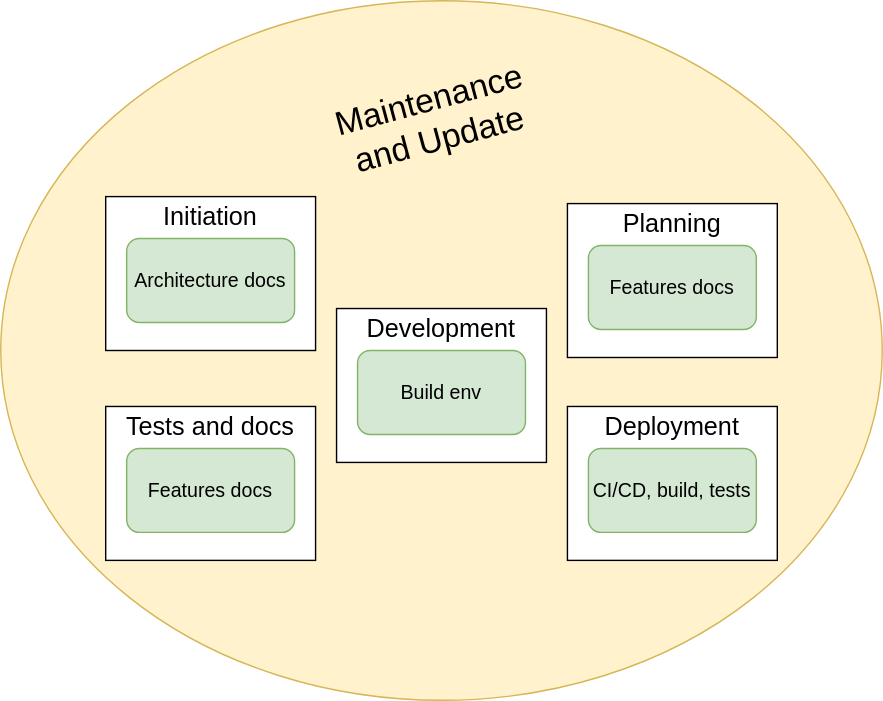
Before: img/compo-life.svg, a diagram exported from draw.io (3mdeb/conferences). Source tidied: cells renumbered, new cells last; positions are measured from the earlier drawing's top-left corner, leaving out a move shared by most shapes.
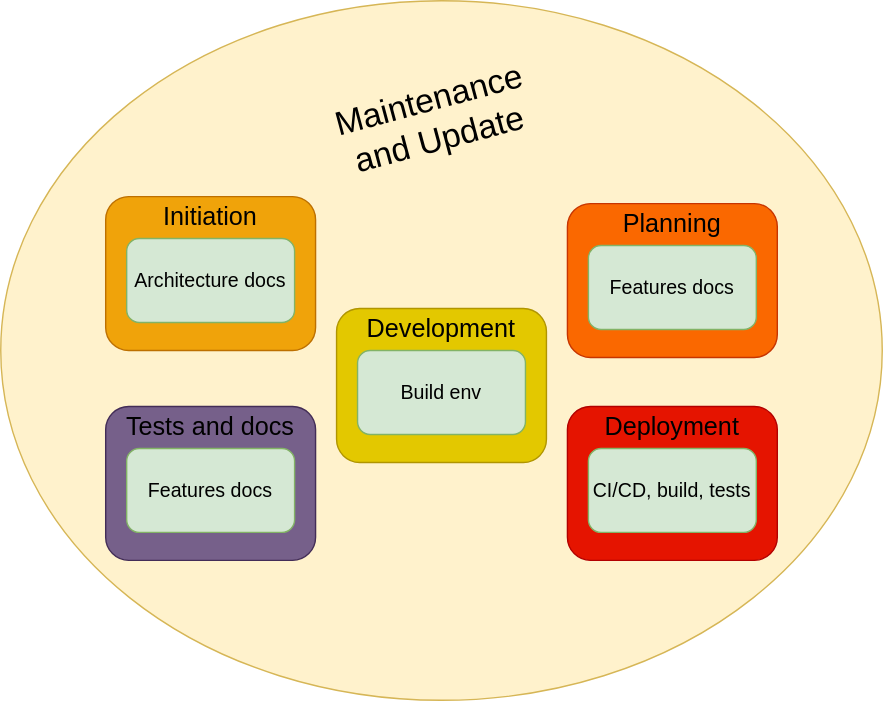
Later version of the same file.

Commit message:
yocto-update-strategies: apply review for slide 7

The edit, as a diff of the source:
```diff
@@ -2,56 +2,56 @@
   <root>
     <mxCell id="0" />
     <mxCell id="1" parent="0" />
-    <mxCell id="2" style="ellipse;whiteSpace=wrap;html=1;fillColor=#fff2cc;strokeColor=#d6b656;" parent="1" vertex="1">
-      <mxGeometry width="630" height="500" as="geometry" />
-    </mxCell>
+    <mxCell id="19" style="ellipse;whiteSpace=wrap;html=1;fillColor=#fff2cc;strokeColor=#d6b656;" parent="1" vertex="1">
+      <mxGeometry width="630" height="500" as="geometry" />
+    </mxCell>
     <mxCell id="3" value="&lt;div&gt;&lt;font style=&quot;font-size: 24px;&quot;&gt;Maintenance and Update&lt;/font&gt;&lt;/div&gt;" style="text;html=1;strokeColor=none;fillColor=none;align=center;verticalAlign=middle;whiteSpace=wrap;rounded=0;rotation=-15;" parent="1" vertex="1">
       <mxGeometry x="220" y="70" width="180" height="30" as="geometry" />
     </mxCell>
-    <mxCell id="4" style="rounded=0;whiteSpace=wrap;html=1;" parent="1" vertex="1">
-      <mxGeometry x="405" y="145" width="150" height="110" as="geometry" />
-    </mxCell>
+    <mxCell id="20" style="rounded=1;whiteSpace=wrap;html=1;fillColor=#fa6800;fontColor=#000000;strokeColor=#C73500;" parent="1" vertex="1">
+      <mxGeometry x="405" y="145" width="150" height="110" as="geometry" />
+    </mxCell>
     <mxCell id="5" value="&lt;font style=&quot;font-size: 18px;&quot;&gt;Planning&lt;/font&gt;" style="text;html=1;strokeColor=none;fillColor=none;align=center;verticalAlign=middle;whiteSpace=wrap;rounded=0;" parent="1" vertex="1">
       <mxGeometry x="450" y="145" width="60" height="30" as="geometry" />
     </mxCell>
-    <mxCell id="6" value="&lt;font style=&quot;font-size: 14px;&quot;&gt;Features docs&lt;br&gt;&lt;/font&gt;" style="rounded=1;whiteSpace=wrap;html=1;fillColor=#d5e8d4;strokeColor=#82b366;" parent="1" vertex="1">
-      <mxGeometry x="420" y="175" width="120" height="60" as="geometry" />
-    </mxCell>
-    <mxCell id="7" style="rounded=0;whiteSpace=wrap;html=1;" parent="1" vertex="1">
-      <mxGeometry x="240" y="220" width="150" height="110" as="geometry" />
-    </mxCell>
+    <mxCell id="21" value="&lt;font style=&quot;font-size: 14px;&quot;&gt;Features docs&lt;br&gt;&lt;/font&gt;" style="rounded=1;whiteSpace=wrap;html=1;fillColor=#d5e8d4;strokeColor=#82b366;" parent="1" vertex="1">
+      <mxGeometry x="420" y="175" width="120" height="60" as="geometry" />
+    </mxCell>
+    <mxCell id="22" style="rounded=1;whiteSpace=wrap;html=1;fillColor=#e3c800;fontColor=#000000;strokeColor=#B09500;" parent="1" vertex="1">
+      <mxGeometry x="240" y="220" width="150" height="110" as="geometry" />
+    </mxCell>
     <mxCell id="8" value="&lt;font style=&quot;font-size: 18px;&quot;&gt;Development&lt;/font&gt;" style="text;html=1;strokeColor=none;fillColor=none;align=center;verticalAlign=middle;whiteSpace=wrap;rounded=0;" parent="1" vertex="1">
       <mxGeometry x="285" y="220" width="60" height="30" as="geometry" />
     </mxCell>
     <mxCell id="9" value="&lt;font style=&quot;font-size: 14px;&quot;&gt;Build env&lt;br&gt;&lt;/font&gt;" style="rounded=1;whiteSpace=wrap;html=1;fillColor=#d5e8d4;strokeColor=#82b366;" parent="1" vertex="1">
       <mxGeometry x="255" y="250" width="120" height="60" as="geometry" />
     </mxCell>
-    <mxCell id="10" style="rounded=0;whiteSpace=wrap;html=1;" parent="1" vertex="1">
-      <mxGeometry x="75" y="140" width="150" height="110" as="geometry" />
-    </mxCell>
+    <mxCell id="23" style="rounded=1;whiteSpace=wrap;html=1;fillColor=#f0a30a;strokeColor=#BD7000;fontColor=#000000;" parent="1" vertex="1">
+      <mxGeometry x="75" y="140" width="150" height="110" as="geometry" />
+    </mxCell>
     <mxCell id="11" value="&lt;font style=&quot;font-size: 18px;&quot;&gt;Initiation&lt;/font&gt;" style="text;html=1;strokeColor=none;fillColor=none;align=center;verticalAlign=middle;whiteSpace=wrap;rounded=0;" parent="1" vertex="1">
       <mxGeometry x="120" y="140" width="60" height="30" as="geometry" />
     </mxCell>
     <mxCell id="12" value="&lt;font style=&quot;font-size: 14px;&quot;&gt;Architecture docs&lt;br&gt;&lt;/font&gt;" style="rounded=1;whiteSpace=wrap;html=1;fillColor=#d5e8d4;strokeColor=#82b366;" parent="1" vertex="1">
       <mxGeometry x="90" y="170" width="120" height="60" as="geometry" />
     </mxCell>
-    <mxCell id="13" style="rounded=0;whiteSpace=wrap;html=1;" parent="1" vertex="1">
-      <mxGeometry x="405" y="290" width="150" height="110" as="geometry" />
-    </mxCell>
+    <mxCell id="24" style="rounded=1;whiteSpace=wrap;html=1;fillColor=#e51400;fontColor=#ffffff;strokeColor=#B20000;" parent="1" vertex="1">
+      <mxGeometry x="405" y="290" width="150" height="110" as="geometry" />
+    </mxCell>
     <mxCell id="14" value="&lt;font style=&quot;font-size: 18px;&quot;&gt;Deployment&lt;/font&gt;" style="text;html=1;strokeColor=none;fillColor=none;align=center;verticalAlign=middle;whiteSpace=wrap;rounded=0;" parent="1" vertex="1">
       <mxGeometry x="450" y="290" width="60" height="30" as="geometry" />
     </mxCell>
     <mxCell id="15" value="&lt;font style=&quot;font-size: 14px;&quot;&gt;CI/CD, build, tests&lt;br&gt;&lt;/font&gt;" style="rounded=1;whiteSpace=wrap;html=1;fillColor=#d5e8d4;strokeColor=#82b366;" parent="1" vertex="1">
       <mxGeometry x="420" y="320" width="120" height="60" as="geometry" />
     </mxCell>
-    <mxCell id="16" style="rounded=0;whiteSpace=wrap;html=1;" parent="1" vertex="1">
-      <mxGeometry x="75" y="290" width="150" height="110" as="geometry" />
-    </mxCell>
+    <mxCell id="25" style="rounded=1;whiteSpace=wrap;html=1;fillColor=#76608a;fontColor=#ffffff;strokeColor=#432D57;" parent="1" vertex="1">
+      <mxGeometry x="75" y="290" width="150" height="110" as="geometry" />
+    </mxCell>
     <mxCell id="17" value="&lt;font style=&quot;font-size: 18px;&quot;&gt;Tests and docs&lt;br&gt;&lt;/font&gt;" style="text;html=1;strokeColor=none;fillColor=none;align=center;verticalAlign=middle;whiteSpace=wrap;rounded=0;" parent="1" vertex="1">
       <mxGeometry x="50" y="290" width="200" height="30" as="geometry" />
     </mxCell>
-    <mxCell id="18" value="&lt;font style=&quot;font-size: 14px;&quot;&gt;Features docs&lt;br&gt;&lt;/font&gt;" style="rounded=1;whiteSpace=wrap;html=1;fillColor=#d5e8d4;strokeColor=#82b366;" parent="1" vertex="1">
-      <mxGeometry x="90" y="320" width="120" height="60" as="geometry" />
-    </mxCell>
+    <mxCell id="26" value="&lt;font style=&quot;font-size: 14px;&quot;&gt;Features docs&lt;br&gt;&lt;/font&gt;" style="rounded=1;whiteSpace=wrap;html=1;fillColor=#d5e8d4;strokeColor=#82b366;" parent="1" vertex="1">
+      <mxGeometry x="90" y="320" width="120" height="60" as="geometry" />
+    </mxCell>
   </root>
 </mxGraphModel>
```
